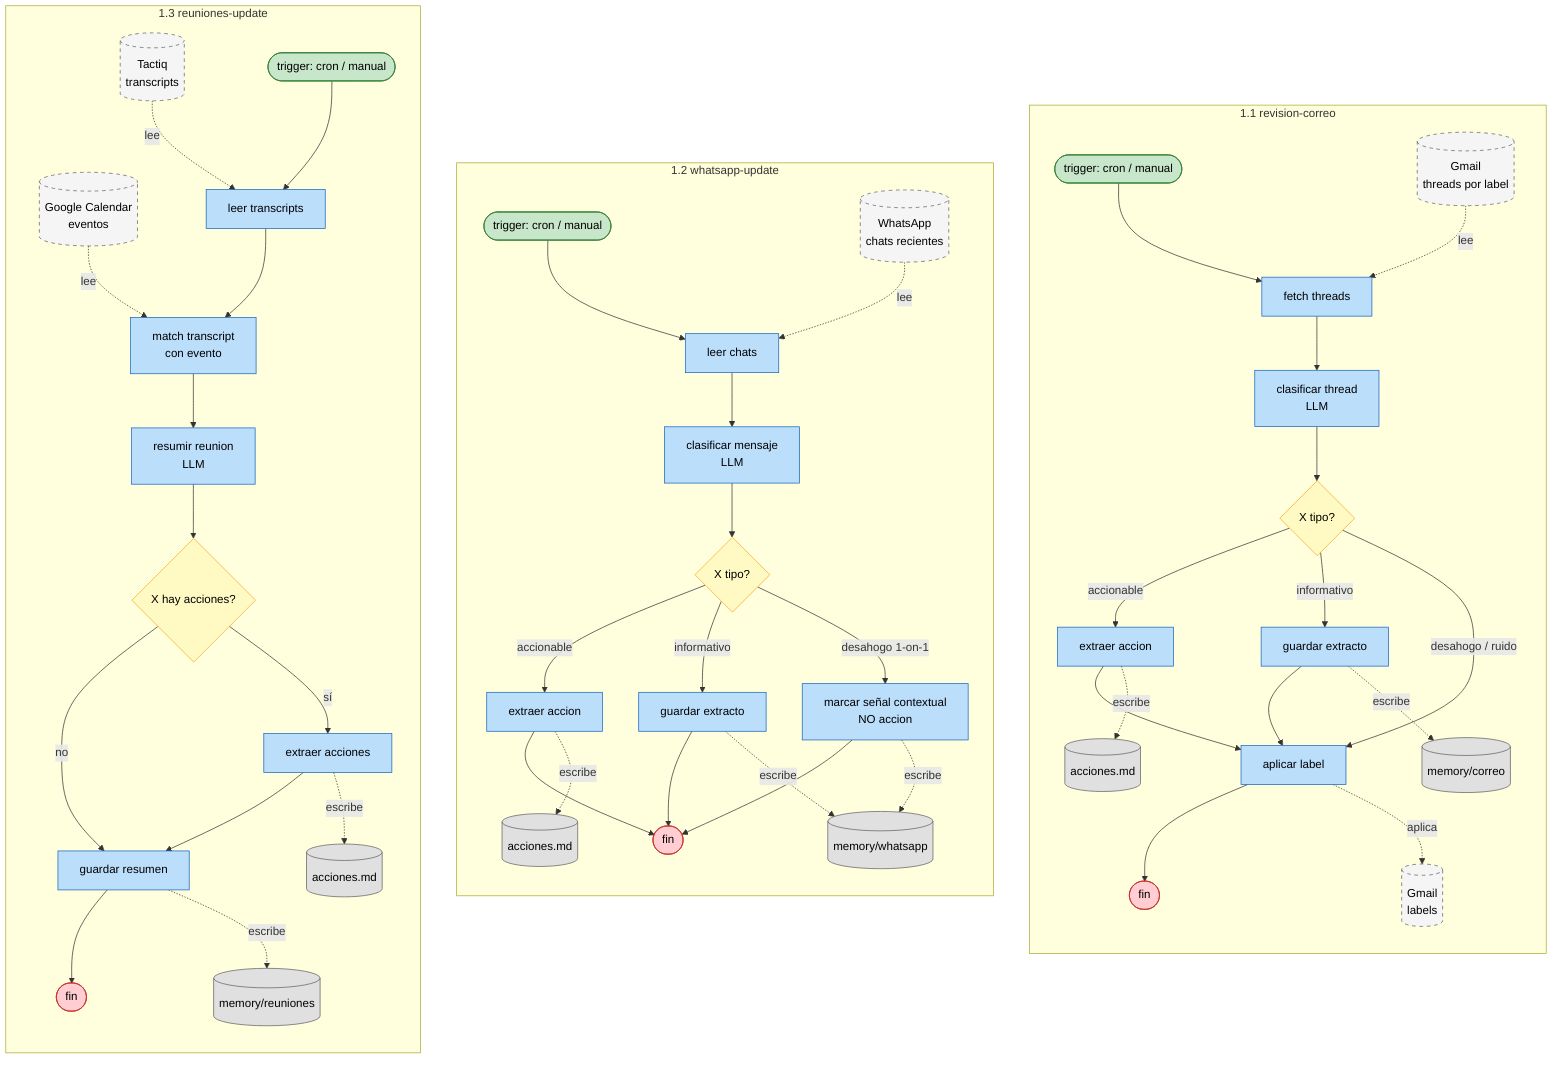
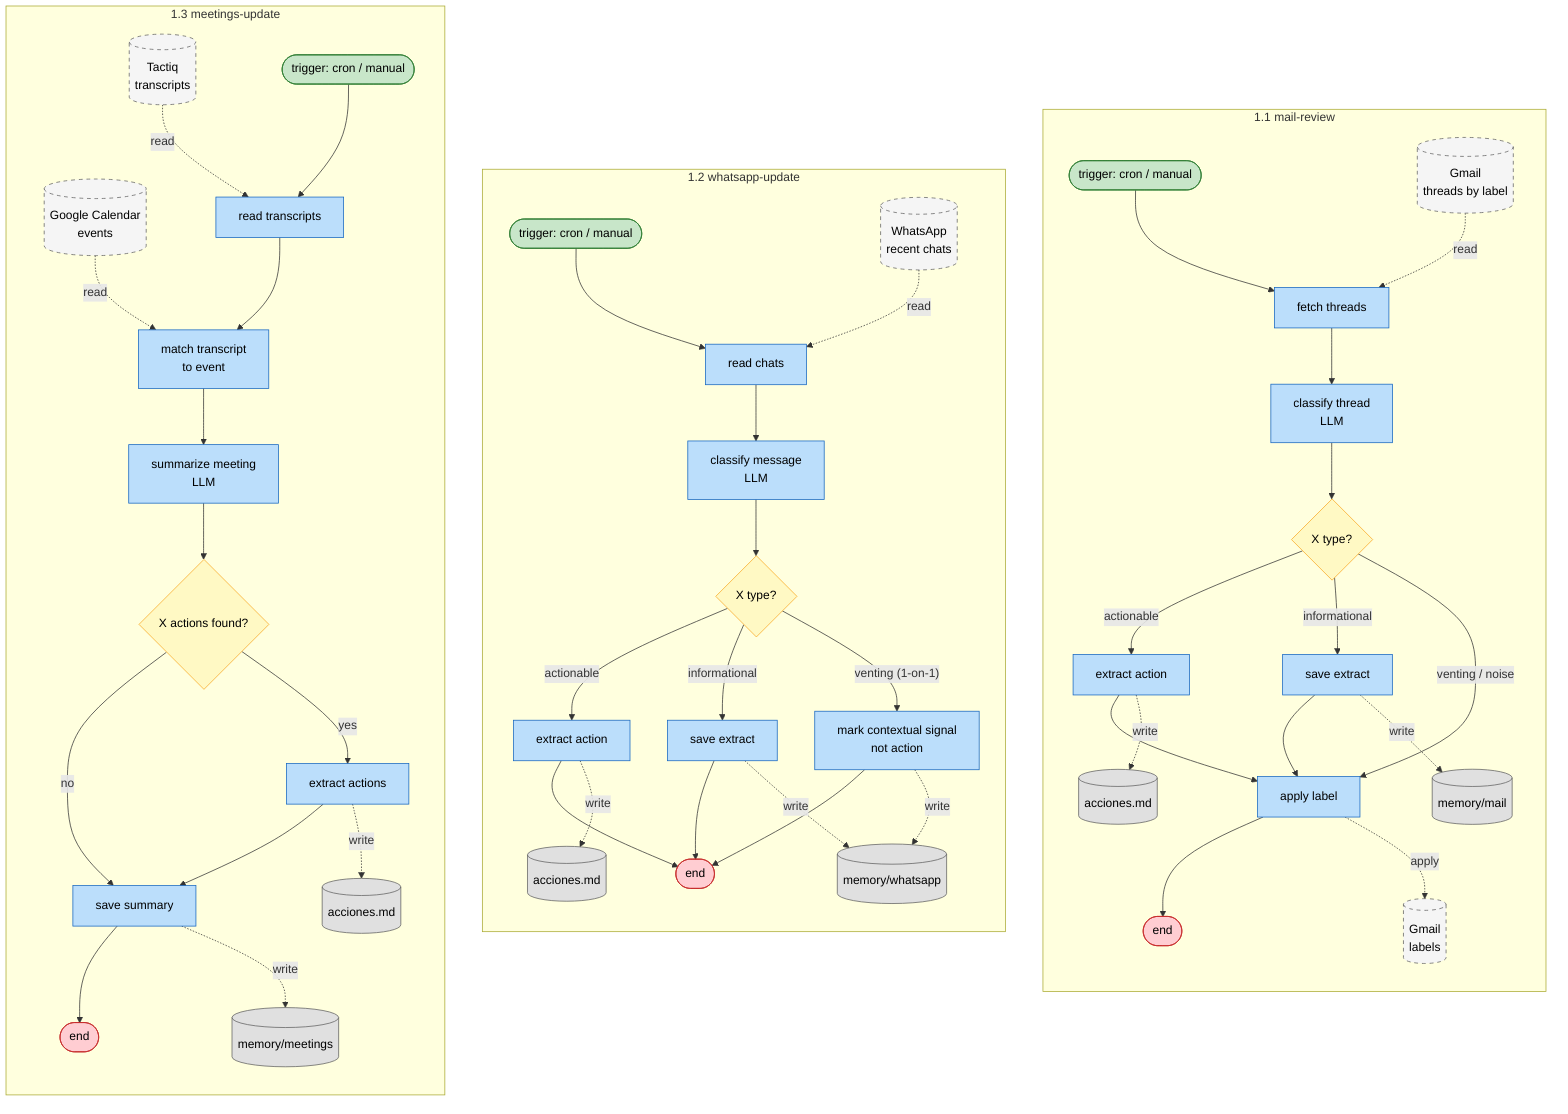
flowchart TB

- %% Modulo 1 - Extraccion (flowchart nivel 2)
- %% Leyenda:
- %%   [paso]            proceso
- %%   {X condicion?}    gateway exclusivo - una rama
- %%   {+ paralelo}      gateway paralelo - fork/join todas las ramas
- %%   {O opcion}        gateway inclusivo - una o mas ramas
- %%   ([trigger])       inicio/fin
- %%   [(store)]         data store persistente interno
- %%   [(store)] dashed  data store persistente externo (Gmail, GitHub, etc.)
- %%   [/evento/]        evento o mensaje transitorio (one-shot)
- %%   -->               flujo de control (orden de ejecucion)
- %%   -.->              flujo de datos (lectura o escritura)
+ %% Module 1 - Extraction (level 2 flowchart)
+ %% Legend:
+ %%   [step]            process
+ %%   {X condition?}    exclusive gateway - one branch
+ %%   {+ parallel}      parallel gateway - fork/join all branches
+ %%   {O option}        inclusive gateway - one or more branches
+ %%   ([trigger])       start/end
+ %%   [(store)]         persistent internal data store
+ %%   [(store)] dashed  persistent external data store (Gmail, GitHub, etc.)
+ %%   [/event/]         transient event or message (one-shot)
+ %%   -->               control flow (execution order)
+ %%   -.->              data flow (read or write)

-     %% --- 1.1 revision-correo ---
-     subgraph S1[" 1.1 revision-correo "]
+     %% --- 1.1 mail-review ---
+     subgraph S1[" 1.1 mail-review "]
        direction TB
        T1([trigger: cron / manual])
        F1[fetch threads]
-         C1[clasificar thread<br/>LLM]
-         D1{"X tipo?"}
-         A1[extraer accion]
-         E1[guardar extracto]
-         L1[aplicar label]
-         END1([fin])
+         C1[classify thread<br/>LLM]
+         D1{"X type?"}
+         A1[extract action]
+         E1[save extract]
+         L1[apply label]
+         END1([end])

-         IN1[(Gmail<br/>threads por label)]
+         IN1[(Gmail<br/>threads by label)]
        OUT1a[(acciones.md)]
-         OUT1b[(memory/correo)]
+         OUT1b[(memory/mail)]
        OUT1c[(Gmail<br/>labels)]

        %% control
        T1 --> F1 --> C1 --> D1
-         D1 -- accionable --> A1 --> L1
-         D1 -- informativo --> E1 --> L1
-         D1 -- desahogo / ruido --> L1
+         D1 -- actionable --> A1 --> L1
+         D1 -- informational --> E1 --> L1
+         D1 -- venting / noise --> L1
        L1 --> END1

-         %% datos
-         IN1 -. lee .-> F1
-         A1 -. escribe .-> OUT1a
-         E1 -. escribe .-> OUT1b
-         L1 -. aplica .-> OUT1c
+         %% data
+         IN1 -. read .-> F1
+         A1 -. write .-> OUT1a
+         E1 -. write .-> OUT1b
+         L1 -. apply .-> OUT1c
    end

    %% --- 1.2 whatsapp-update ---
    subgraph S2[" 1.2 whatsapp-update "]
        direction TB
        T2([trigger: cron / manual])
-         F2[leer chats]
-         C2[clasificar mensaje<br/>LLM]
-         D2{"X tipo?"}
-         A2[extraer accion]
-         E2[guardar extracto]
-         SG2[marcar señal contextual<br/>NO accion]
-         END2([fin])
+         F2[read chats]
+         C2[classify message<br/>LLM]
+         D2{"X type?"}
+         A2[extract action]
+         E2[save extract]
+         SG2[mark contextual signal<br/>not action]
+         END2([end])

-         IN2[(WhatsApp<br/>chats recientes)]
+         IN2[(WhatsApp<br/>recent chats)]
        OUT2a[(acciones.md)]
        OUT2b[(memory/whatsapp)]

        %% control
        T2 --> F2 --> C2 --> D2
-         D2 -- accionable --> A2 --> END2
-         D2 -- informativo --> E2 --> END2
-         D2 -- desahogo 1-on-1 --> SG2 --> END2
+         D2 -- actionable --> A2 --> END2
+         D2 -- informational --> E2 --> END2
+         D2 -- "venting (1-on-1)" --> SG2 --> END2

-         %% datos
-         IN2 -. lee .-> F2
-         A2 -. escribe .-> OUT2a
-         E2 -. escribe .-> OUT2b
-         SG2 -. escribe .-> OUT2b
+         %% data
+         IN2 -. read .-> F2
+         A2 -. write .-> OUT2a
+         E2 -. write .-> OUT2b
+         SG2 -. write .-> OUT2b
    end

-     %% --- 1.3 reuniones-update ---
-     subgraph S3[" 1.3 reuniones-update "]
+     %% --- 1.3 meetings-update ---
+     subgraph S3[" 1.3 meetings-update "]
        direction TB
        T3([trigger: cron / manual])
-         F3[leer transcripts]
-         M3[match transcript<br/>con evento]
-         R3[resumir reunion<br/>LLM]
-         D3{"X hay acciones?"}
-         A3[extraer acciones]
-         E3[guardar resumen]
-         END3([fin])
+         F3[read transcripts]
+         M3[match transcript<br/>to event]
+         R3[summarize meeting<br/>LLM]
+         D3{"X actions found?"}
+         A3[extract actions]
+         E3[save summary]
+         END3([end])

        IN3a[(Tactiq<br/>transcripts)]
-         IN3b[(Google Calendar<br/>eventos)]
+         IN3b[(Google Calendar<br/>events)]
        OUT3a[(acciones.md)]
-         OUT3b[(memory/reuniones)]
+         OUT3b[(memory/meetings)]

        %% control
        T3 --> F3 --> M3 --> R3 --> D3
-         D3 -- sí --> A3 --> E3
+         D3 -- yes --> A3 --> E3
        D3 -- no --> E3
        E3 --> END3

-         %% datos
-         IN3a -. lee .-> F3
-         IN3b -. lee .-> M3
-         A3 -. escribe .-> OUT3a
-         E3 -. escribe .-> OUT3b
+         %% data
+         IN3a -. read .-> F3
+         IN3b -. read .-> M3
+         A3 -. write .-> OUT3a
+         E3 -. write .-> OUT3b
    end

-     %% --- estilos ---
+     %% --- styles ---
    classDef inicio    fill:#c8e6c9,stroke:#2e7d32,color:#000;
    classDef fin       fill:#ffcdd2,stroke:#c62828,color:#000;
    classDef actividad fill:#bbdefb,stroke:#1565c0,color:#000;
    classDef gateway   fill:#fff9c4,stroke:#f9a825,color:#000;
    classDef io        fill:#e0e0e0,stroke:#616161,color:#000;
    classDef ioExt     fill:#f5f5f5,stroke:#616161,stroke-dasharray:5 5,color:#000;

    class T1,T2,T3 inicio;
    class END1,END2,END3 fin;
    class F1,C1,A1,E1,L1,F2,C2,A2,E2,SG2,F3,M3,R3,A3,E3 actividad;
    class D1,D2,D3 gateway;
    class OUT1a,OUT1b,OUT2a,OUT2b,OUT3a,OUT3b io;
    class IN1,IN2,IN3a,IN3b,OUT1c ioExt;
